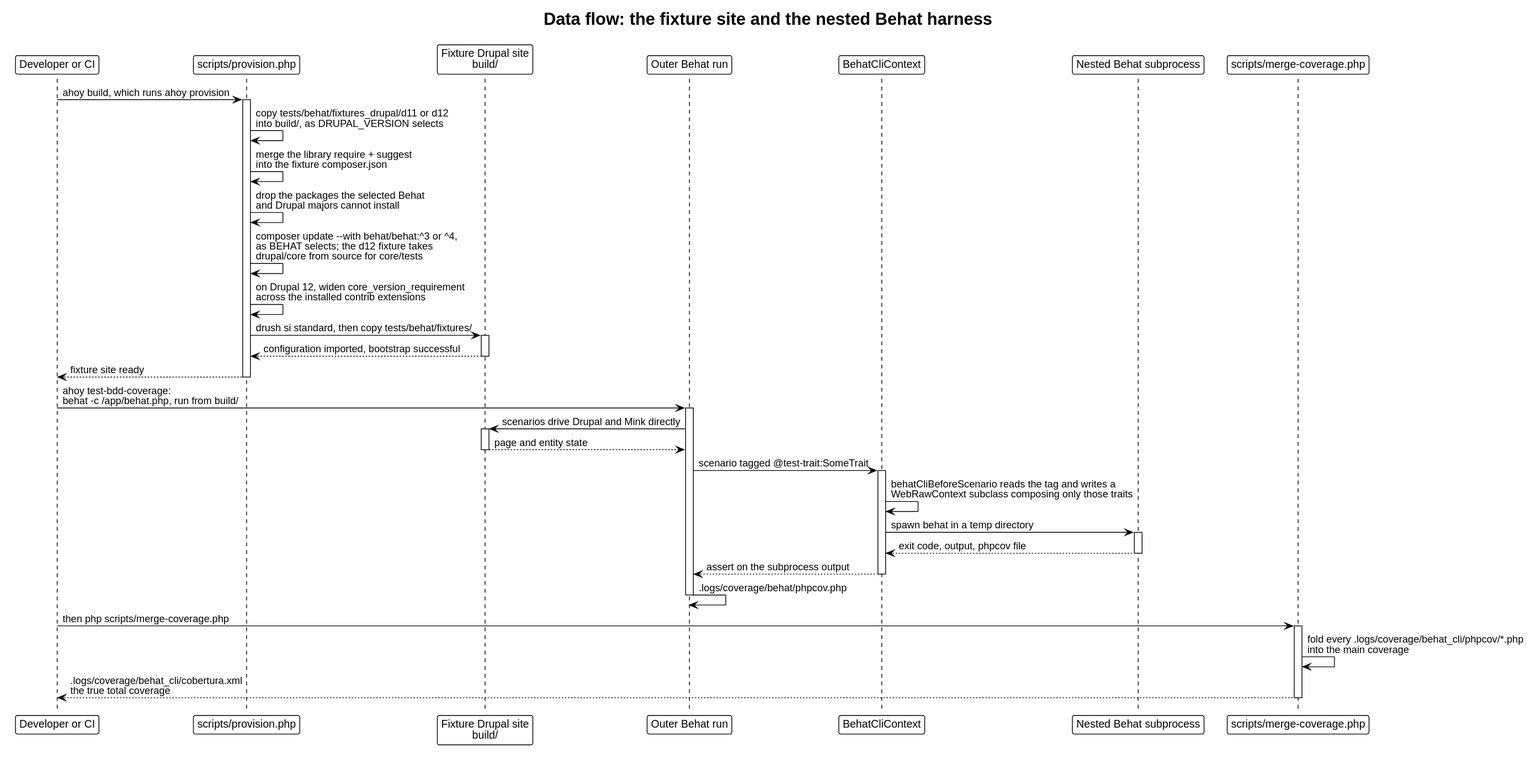
Above: docs/architecture/dataflow-tests.svg in drevops/behat-steps (PlantUML), before the change.
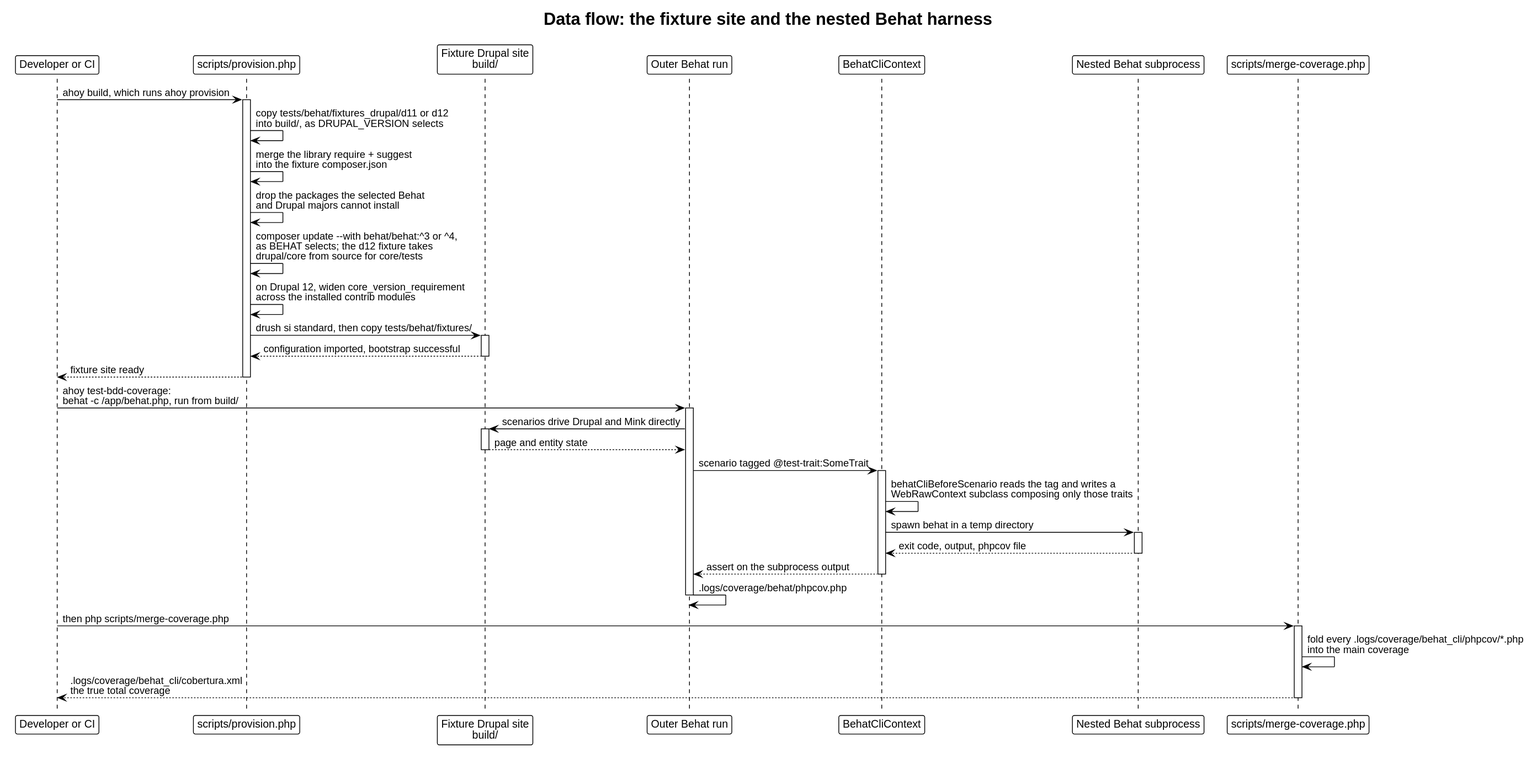
The same file after the commit.

Commit message:
Corrected the Chrome leg, contrib widening and prerequisite backend claims in the architecture docs.

Diff of the diagram source:
```diff
@@ -19,7 +19,7 @@
 Prov -> Prov: merge the library require + suggest\ninto the fixture composer.json
 Prov -> Prov: drop the packages the selected Behat\nand Drupal majors cannot install
 Prov -> Prov: composer update ~--with behat/behat:^3 or ^4,\nas BEHAT selects; the d12 fixture takes\ndrupal/core from source for core/tests
-Prov -> Prov: on Drupal 12, widen core_version_requirement\nacross the installed contrib extensions
+Prov -> Prov: on Drupal 12, widen core_version_requirement\nacross the installed contrib modules
 Prov -> Site: drush si standard, then copy tests/behat/fixtures/
 activate Site
 Site --> Prov: configuration imported, bootstrap successful
```
